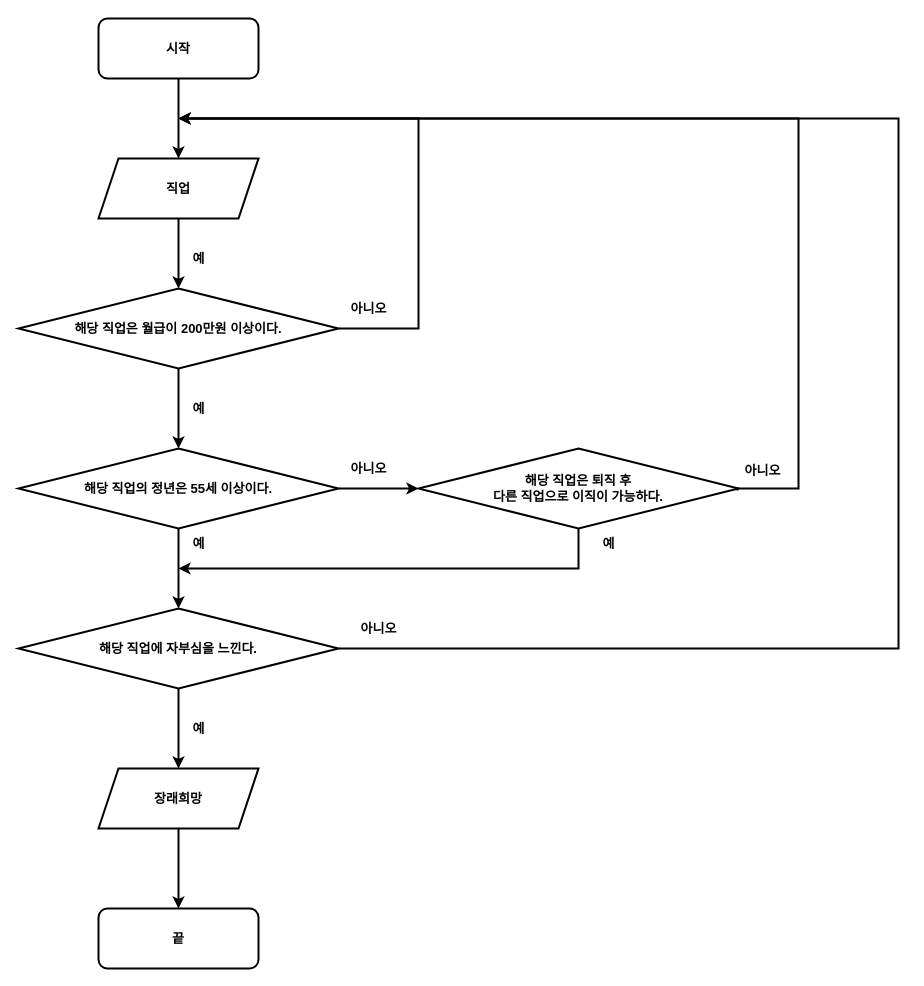
This is Untitled Diagram.drawio from mindychoi/WEB, a draw.io file, before an edit. Source tidied: cells renumbered, new cells numbered last; positions are measured from the earlier drawing's top-left corner, leaving out a move shared by most shapes. Both pictures are drawn from the tidied source at 100%, with x=0, y=0 at pixel (18, 18).
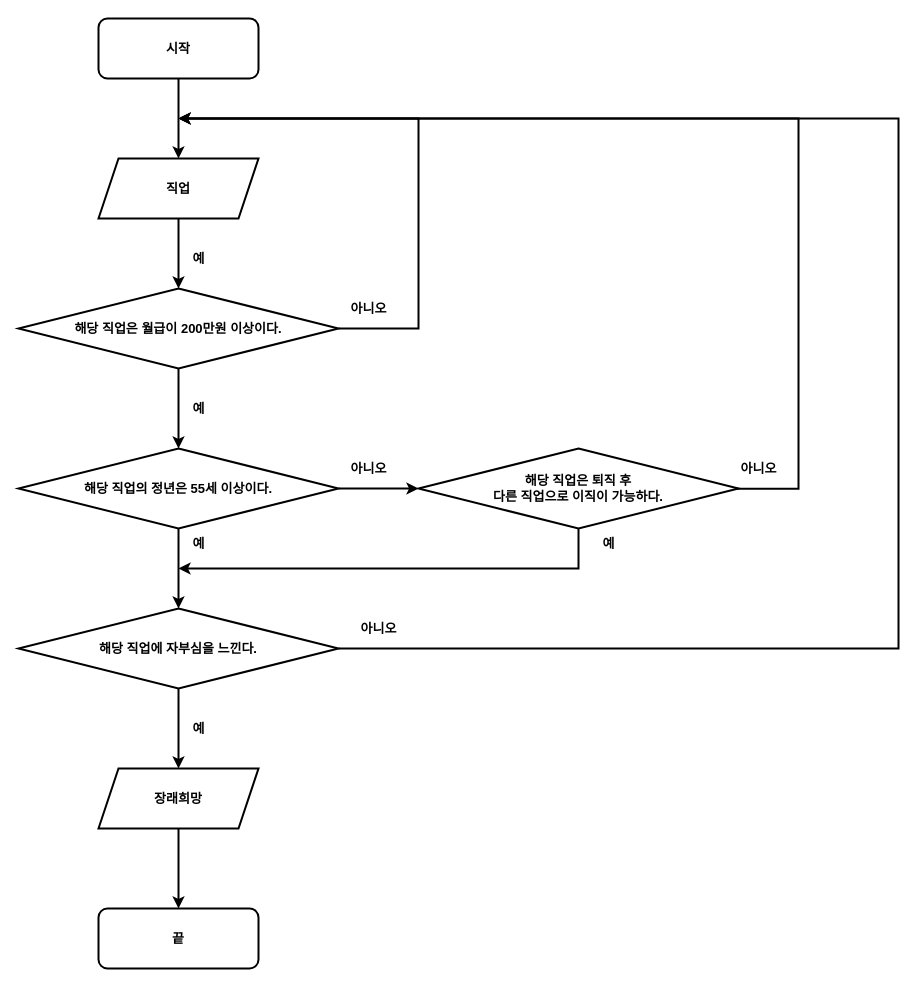
Above is the later version.

The change refers to these unchanged cells:
```xml
<mxCell id="12" value="해당 직업은 퇴직 후&lt;br&gt;다른 직업으로 이직이 가능하다." style="rhombus;whiteSpace=wrap;html=1;rounded=0;strokeWidth=2;fontStyle=1;fontSize=13;" parent="1" vertex="1">
  <mxGeometry x="400" y="430" width="320" height="80" as="geometry" />
</mxCell>
```

What changed in the source:
```diff
@@
-    <mxCell id="19" style="edgeStyle=segmentEdgeStyle;endArrow=classic;html=1;rounded=0;fontSize=13;strokeWidth=2;exitX=0.25;exitY=1;exitDx=0;exitDy=0;" parent="1" edge="1" source="20">
+    <mxCell id="19" style="edgeStyle=segmentEdgeStyle;endArrow=classic;html=1;rounded=0;fontSize=13;strokeWidth=2;exitX=0.995;exitY=0.503;exitDx=0;exitDy=0;exitPerimeter=0;" parent="1" edge="1" source="12">
       <mxGeometry relative="1" as="geometry">
         <mxPoint x="160" y="100" as="targetPoint" />
         <Array as="points">
           <mxPoint x="780" y="470" />
           <mxPoint x="780" y="100" />
         </Array>
       </mxGeometry>
     </mxCell>
     <mxCell id="20" value="아니오" style="text;strokeColor=none;fillColor=none;html=1;fontSize=13;fontStyle=1;verticalAlign=middle;align=center;rounded=0;strokeWidth=2;" parent="1" vertex="1">
-      <mxGeometry x="694" y="432" width="100" height="40" as="geometry" />
+      <mxGeometry x="690" y="430" width="100" height="40" as="geometry" />
     </mxCell>
```
